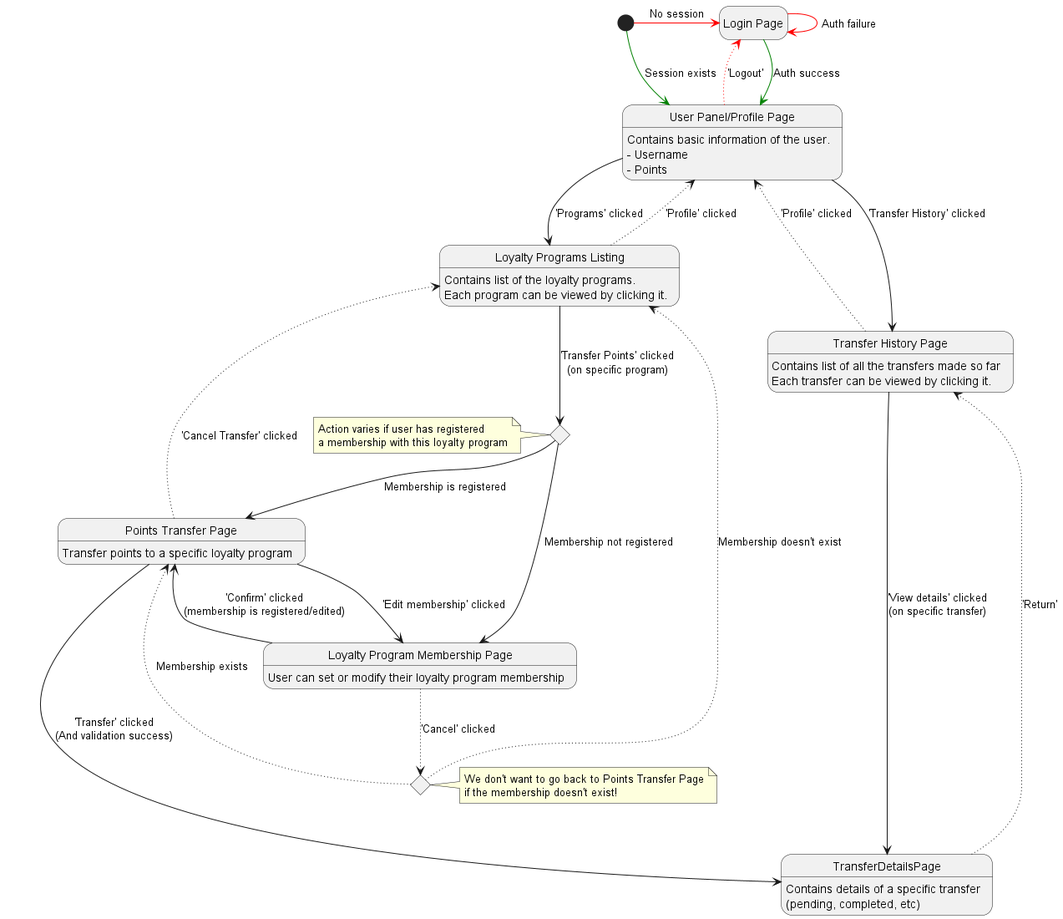
Before: diagrams/bank/Bank Client State Diagram.png, a diagram exported from PlantUML (Rye123/esc-transferconnect). The source it was exported from:
```plantuml
@startuml Bank Client State Diagram
hide empty description

state LoginPage as "Login Page"
state UserPanelPage as "User Panel/Profile Page"
state LoyaltyProgramsPage as "Loyalty Programs Listing"
state TransferHistoryPage as "Transfer History Page"
state TransferPointsPage as "Points Transfer Page"
state ProgramMembershipPage as "Loyalty Program Membership Page"

state hasMembershipAtLoyaltyProgramsPage <<choice>>
state hasMembershipAtProgramMembershipPage <<choice>>

[*] -[#red]> LoginPage: No session
[*] -[#green]> UserPanelPage: Session exists

LoginPage -[#green]-> UserPanelPage: Auth success
LoginPage -[#red]-> LoginPage: Auth failure

UserPanelPage --> LoyaltyProgramsPage: 'Programs' clicked
UserPanelPage --> TransferHistoryPage: 'Transfer History' clicked
UserPanelPage -[#red,dotted]-> LoginPage: 'Logout'
UserPanelPage: Contains basic information of the user.\n- Username\n- Points

TransferHistoryPage -[dotted]-> UserPanelPage: 'Profile' clicked
TransferHistoryPage --> TransferDetailsPage: 'View details' clicked\n(on specific transfer)
TransferHistoryPage: Contains list of all the transfers made so far\nEach transfer can be viewed by clicking it.

TransferDetailsPage -[dotted]-> TransferHistoryPage: 'Return'
TransferDetailsPage: Contains details of a specific transfer\n(pending, completed, etc)

LoyaltyProgramsPage -[dotted]-> UserPanelPage: 'Profile' clicked
LoyaltyProgramsPage --> hasMembershipAtLoyaltyProgramsPage: 'Transfer Points' clicked\n(on specific program)
    hasMembershipAtLoyaltyProgramsPage --> TransferPointsPage: Membership is registered
    hasMembershipAtLoyaltyProgramsPage --> ProgramMembershipPage: Membership not registered
    note left of hasMembershipAtLoyaltyProgramsPage: Action varies if user has registered\na membership with this loyalty program
LoyaltyProgramsPage: Contains list of the loyalty programs.\nEach program can be viewed by clicking it.

TransferPointsPage -[dotted]-> LoyaltyProgramsPage: 'Cancel Transfer' clicked
TransferPointsPage --> ProgramMembershipPage: 'Edit membership' clicked
TransferPointsPage ----> TransferDetailsPage: 'Transfer' clicked\n(And validation success)
TransferPointsPage: Transfer points to a specific loyalty program

ProgramMembershipPage -[dotted]-> hasMembershipAtProgramMembershipPage: 'Cancel' clicked
    hasMembershipAtProgramMembershipPage -[dotted]-> TransferPointsPage: Membership exists
    hasMembershipAtProgramMembershipPage -[dotted]-> LoyaltyProgramsPage: Membership doesn't exist
    note right of hasMembershipAtProgramMembershipPage: We don't want to go back to Points Transfer Page\nif the membership doesn't exist!
ProgramMembershipPage --> TransferPointsPage: 'Confirm' clicked\n(membership is registered/edited)
ProgramMembershipPage: User can set or modify their loyalty program membership

@enduml
```
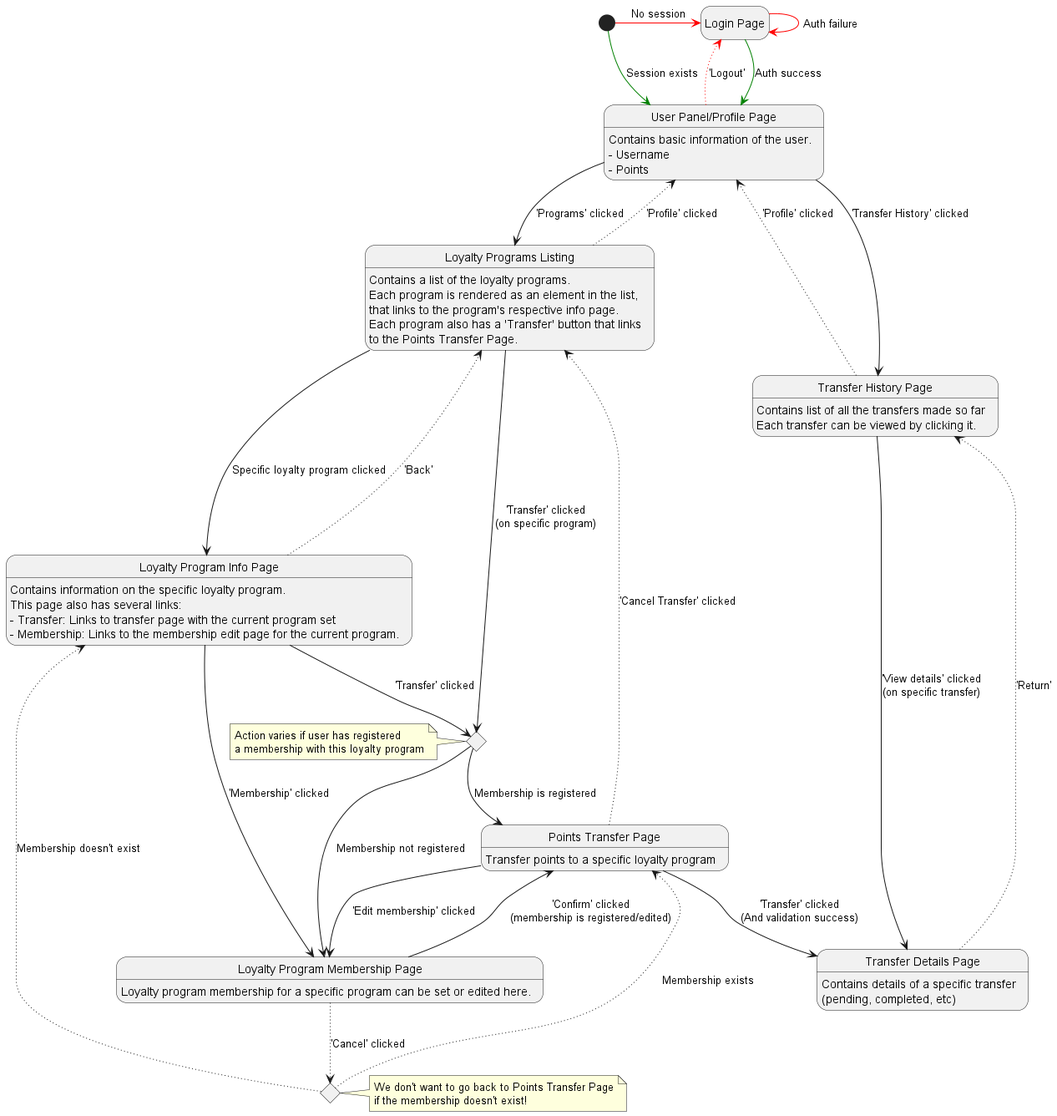
The same file after the commit.

Commit message:
update: bank UML diagrams

The edit, as a diff of the source:
```diff
@@ -3,10 +3,19 @@
 
 state LoginPage as "Login Page"
 state UserPanelPage as "User Panel/Profile Page"
+UserPanelPage: Contains basic information of the user.\n- Username\n- Points
 state LoyaltyProgramsPage as "Loyalty Programs Listing"
+LoyaltyProgramsPage: Contains a list of the loyalty programs.\nEach program is rendered as an element in the list,\nthat links to the program's respective info page.\nEach program also has a 'Transfer' button that links\nto the Points Transfer Page.
+state LoyaltyProgramInfoPage as "Loyalty Program Info Page"
+LoyaltyProgramInfoPage: Contains information on the specific loyalty program.\nThis page also has several links:\n- Transfer: Links to transfer page with the current program set\n- Membership: Links to the membership edit page for the current program.
 state TransferHistoryPage as "Transfer History Page"
+TransferHistoryPage: Contains list of all the transfers made so far\nEach transfer can be viewed by clicking it.
+state TransferDetailsPage as "Transfer Details Page"
+TransferDetailsPage: Contains details of a specific transfer\n(pending, completed, etc)
 state TransferPointsPage as "Points Transfer Page"
+TransferPointsPage: Transfer points to a specific loyalty program
 state ProgramMembershipPage as "Loyalty Program Membership Page"
+ProgramMembershipPage: Loyalty program membership for a specific program can be set or edited here.
 
 state hasMembershipAtLoyaltyProgramsPage <<choice>>
 state hasMembershipAtProgramMembershipPage <<choice>>
@@ -20,32 +29,31 @@
 UserPanelPage --> LoyaltyProgramsPage: 'Programs' clicked
 UserPanelPage --> TransferHistoryPage: 'Transfer History' clicked
 UserPanelPage -[#red,dotted]-> LoginPage: 'Logout'
-UserPanelPage: Contains basic information of the user.\n- Username\n- Points
 
 TransferHistoryPage -[dotted]-> UserPanelPage: 'Profile' clicked
-TransferHistoryPage --> TransferDetailsPage: 'View details' clicked\n(on specific transfer)
-TransferHistoryPage: Contains list of all the transfers made so far\nEach transfer can be viewed by clicking it.
+TransferHistoryPage ---> TransferDetailsPage: 'View details' clicked\n(on specific transfer)
 
-TransferDetailsPage -[dotted]-> TransferHistoryPage: 'Return'
-TransferDetailsPage: Contains details of a specific transfer\n(pending, completed, etc)
+TransferDetailsPage -[dotted]--> TransferHistoryPage: 'Return'
 
 LoyaltyProgramsPage -[dotted]-> UserPanelPage: 'Profile' clicked
-LoyaltyProgramsPage --> hasMembershipAtLoyaltyProgramsPage: 'Transfer Points' clicked\n(on specific program)
+LoyaltyProgramsPage ----> hasMembershipAtLoyaltyProgramsPage: 'Transfer' clicked\n(on specific program)
     hasMembershipAtLoyaltyProgramsPage --> TransferPointsPage: Membership is registered
     hasMembershipAtLoyaltyProgramsPage --> ProgramMembershipPage: Membership not registered
     note left of hasMembershipAtLoyaltyProgramsPage: Action varies if user has registered\na membership with this loyalty program
-LoyaltyProgramsPage: Contains list of the loyalty programs.\nEach program can be viewed by clicking it.
+LoyaltyProgramsPage --> LoyaltyProgramInfoPage: Specific loyalty program clicked
+
+LoyaltyProgramInfoPage -[dotted]-> LoyaltyProgramsPage: 'Back'
+LoyaltyProgramInfoPage --> hasMembershipAtLoyaltyProgramsPage: 'Transfer' clicked
+LoyaltyProgramInfoPage ---> ProgramMembershipPage: 'Membership' clicked
 
 TransferPointsPage -[dotted]-> LoyaltyProgramsPage: 'Cancel Transfer' clicked
 TransferPointsPage --> ProgramMembershipPage: 'Edit membership' clicked
-TransferPointsPage ----> TransferDetailsPage: 'Transfer' clicked\n(And validation success)
-TransferPointsPage: Transfer points to a specific loyalty program
+TransferPointsPage --> TransferDetailsPage: 'Transfer' clicked\n(And validation success)
 
 ProgramMembershipPage -[dotted]-> hasMembershipAtProgramMembershipPage: 'Cancel' clicked
     hasMembershipAtProgramMembershipPage -[dotted]-> TransferPointsPage: Membership exists
-    hasMembershipAtProgramMembershipPage -[dotted]-> LoyaltyProgramsPage: Membership doesn't exist
+    hasMembershipAtProgramMembershipPage -[dotted]--> LoyaltyProgramInfoPage: Membership doesn't exist
     note right of hasMembershipAtProgramMembershipPage: We don't want to go back to Points Transfer Page\nif the membership doesn't exist!
 ProgramMembershipPage --> TransferPointsPage: 'Confirm' clicked\n(membership is registered/edited)
-ProgramMembershipPage: User can set or modify their loyalty program membership
 
 @enduml
```
